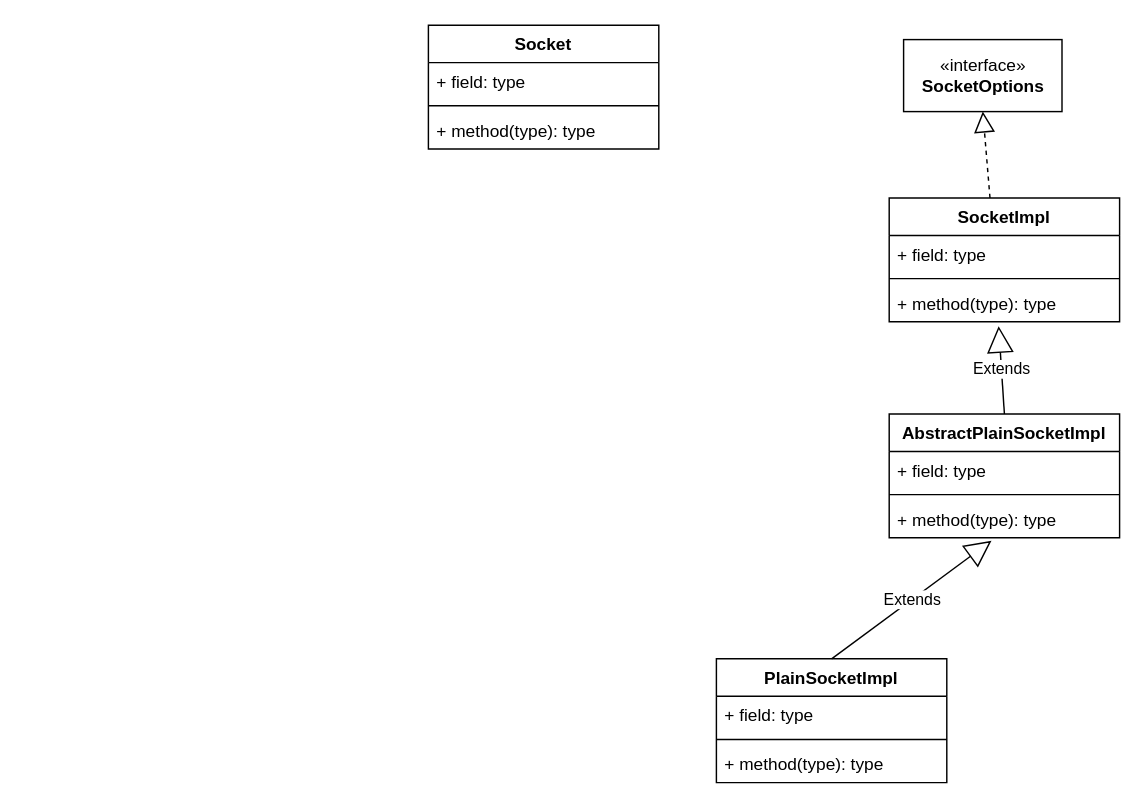
Above: page "网络" (7 of 7) of JDK.drawio in tadsimons/draw (draw.io), before the change. Source tidied: cells renumbered, new cells numbered last; positions are measured from the earlier drawing's top-left corner, leaving out a move shared by most shapes. Both pictures are drawn from the tidied source at 144%, with x=0, y=0 at pixel (428, 24).
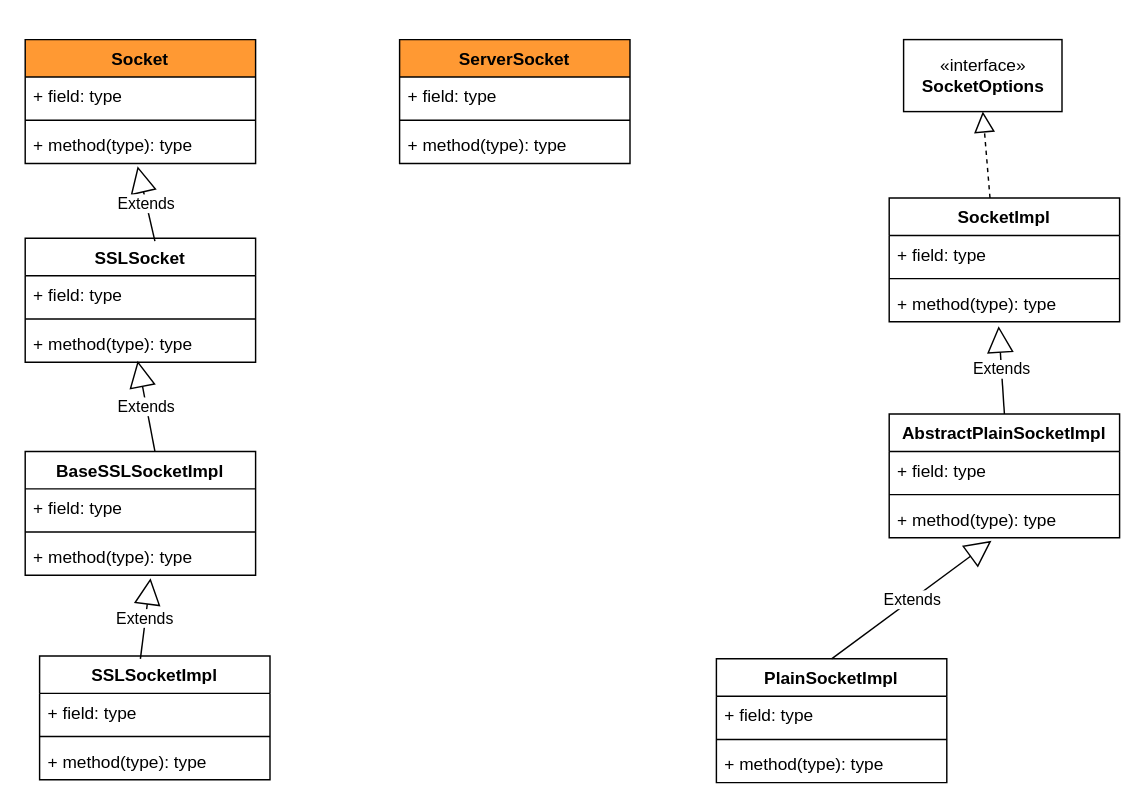
The same diagram, later.

Change to the diagram source:
```diff
@@
-    <mxCell id="2" value="Socket" style="swimlane;fontStyle=1;align=center;verticalAlign=top;horizontal=1;startSize=26;" parent="1" vertex="1">
-      <mxGeometry width="160" height="86" as="geometry" />
-    </mxCell>
-    <mxCell id="3" value="+ field: type" style="text;strokeColor=none;fillColor=none;align=left;verticalAlign=top;spacingLeft=4;spacingRight=4;overflow=hidden;" parent="2" vertex="1">
-      <mxGeometry y="26" width="160" height="26" as="geometry" />
-    </mxCell>
-    <mxCell id="4" style="line;strokeWidth=1;fillColor=none;align=left;verticalAlign=middle;spacingTop=-1;spacingLeft=3;spacingRight=3;labelPosition=right;" parent="2" vertex="1">
-      <mxGeometry y="52" width="160" height="8" as="geometry" />
-    </mxCell>
-    <mxCell id="5" value="+ method(type): type" style="text;strokeColor=none;fillColor=none;align=left;verticalAlign=top;spacingLeft=4;spacingRight=4;overflow=hidden;points=[[0,0.5],[1,0.5]];portConstraint=eastwest;" parent="2" vertex="1">
-      <mxGeometry y="60" width="160" height="26" as="geometry" />
-    </mxCell>
@@
+    <mxCell id="2" value="Socket" style="swimlane;fontStyle=1;align=center;verticalAlign=top;horizontal=1;startSize=26;fillColor=#FF9933;" parent="1" vertex="1">
+      <mxGeometry x="-280" y="10" width="160" height="86" as="geometry" />
+    </mxCell>
+    <mxCell id="3" value="+ field: type" style="text;strokeColor=none;fillColor=none;align=left;verticalAlign=top;spacingLeft=4;spacingRight=4;overflow=hidden;" parent="2" vertex="1">
+      <mxGeometry y="26" width="160" height="26" as="geometry" />
+    </mxCell>
+    <mxCell id="4" style="line;strokeWidth=1;fillColor=none;align=left;verticalAlign=middle;spacingTop=-1;spacingLeft=3;spacingRight=3;labelPosition=right;" parent="2" vertex="1">
+      <mxGeometry y="52" width="160" height="8" as="geometry" />
+    </mxCell>
+    <mxCell id="5" value="+ method(type): type" style="text;strokeColor=none;fillColor=none;align=left;verticalAlign=top;spacingLeft=4;spacingRight=4;overflow=hidden;points=[[0,0.5],[1,0.5]];portConstraint=eastwest;" parent="2" vertex="1">
+      <mxGeometry y="60" width="160" height="26" as="geometry" />
+    </mxCell>
+    <mxCell id="22" value="SSLSocket" style="swimlane;fontStyle=1;align=center;verticalAlign=top;horizontal=1;startSize=26;fillColor=#FFFFFF;" parent="1" vertex="1">
+      <mxGeometry x="-280" y="148" width="160" height="86" as="geometry" />
+    </mxCell>
+    <mxCell id="23" value="+ field: type" style="text;strokeColor=none;fillColor=none;align=left;verticalAlign=top;spacingLeft=4;spacingRight=4;overflow=hidden;" parent="22" vertex="1">
+      <mxGeometry y="26" width="160" height="26" as="geometry" />
+    </mxCell>
+    <mxCell id="24" style="line;strokeWidth=1;fillColor=none;align=left;verticalAlign=middle;spacingTop=-1;spacingLeft=3;spacingRight=3;labelPosition=right;" parent="22" vertex="1">
+      <mxGeometry y="52" width="160" height="8" as="geometry" />
+    </mxCell>
+    <mxCell id="25" value="+ method(type): type" style="text;strokeColor=none;fillColor=none;align=left;verticalAlign=top;spacingLeft=4;spacingRight=4;overflow=hidden;points=[[0,0.5],[1,0.5]];portConstraint=eastwest;" parent="22" vertex="1">
+      <mxGeometry y="60" width="160" height="26" as="geometry" />
+    </mxCell>
+    <mxCell id="26" value="Extends" style="endArrow=block;endSize=16;endFill=0;html=1;entryX=0.488;entryY=1.077;entryDx=0;entryDy=0;entryPerimeter=0;exitX=0.563;exitY=0.023;exitDx=0;exitDy=0;exitPerimeter=0;" parent="1" edge="1" source="22" target="5">
+      <mxGeometry relative="1" as="geometry" />
+    </mxCell>
+    <mxCell id="27" value="BaseSSLSocketImpl" style="swimlane;fontStyle=1;align=center;verticalAlign=top;horizontal=1;startSize=26;fillColor=#FFFFFF;" parent="1" vertex="1">
+      <mxGeometry x="-280" y="296" width="160" height="86" as="geometry" />
+    </mxCell>
+    <mxCell id="28" value="+ field: type" style="text;strokeColor=none;fillColor=none;align=left;verticalAlign=top;spacingLeft=4;spacingRight=4;overflow=hidden;" parent="27" vertex="1">
+      <mxGeometry y="26" width="160" height="26" as="geometry" />
+    </mxCell>
+    <mxCell id="29" style="line;strokeWidth=1;fillColor=none;align=left;verticalAlign=middle;spacingTop=-1;spacingLeft=3;spacingRight=3;labelPosition=right;" parent="27" vertex="1">
+      <mxGeometry y="52" width="160" height="8" as="geometry" />
+    </mxCell>
+    <mxCell id="30" value="+ method(type): type" style="text;strokeColor=none;fillColor=none;align=left;verticalAlign=top;spacingLeft=4;spacingRight=4;overflow=hidden;points=[[0,0.5],[1,0.5]];portConstraint=eastwest;" parent="27" vertex="1">
+      <mxGeometry y="60" width="160" height="26" as="geometry" />
+    </mxCell>
+    <mxCell id="31" value="Extends" style="endArrow=block;endSize=16;endFill=0;html=1;entryX=0.488;entryY=0.962;entryDx=0;entryDy=0;entryPerimeter=0;exitX=0.563;exitY=0;exitDx=0;exitDy=0;exitPerimeter=0;" parent="1" edge="1" source="27" target="25">
+      <mxGeometry relative="1" as="geometry" />
+    </mxCell>
+    <mxCell id="32" value="SSLSocketImpl" style="swimlane;fontStyle=1;align=center;verticalAlign=top;horizontal=1;startSize=26;fillColor=#FFFFFF;" parent="1" vertex="1">
+      <mxGeometry x="-270" y="438" width="160" height="86" as="geometry" />
+    </mxCell>
+    <mxCell id="33" value="Extends" style="endArrow=block;endSize=16;endFill=0;html=1;entryX=0.544;entryY=1.077;entryDx=0;entryDy=0;entryPerimeter=0;" parent="32" edge="1" target="30">
+      <mxGeometry relative="1" as="geometry">
+        <mxPoint x="70" y="2" as="sourcePoint" />
+      </mxGeometry>
+    </mxCell>
+    <mxCell id="34" value="+ field: type" style="text;strokeColor=none;fillColor=none;align=left;verticalAlign=top;spacingLeft=4;spacingRight=4;overflow=hidden;" parent="32" vertex="1">
+      <mxGeometry y="26" width="160" height="26" as="geometry" />
+    </mxCell>
+    <mxCell id="35" style="line;strokeWidth=1;fillColor=none;align=left;verticalAlign=middle;spacingTop=-1;spacingLeft=3;spacingRight=3;labelPosition=right;" parent="32" vertex="1">
+      <mxGeometry y="52" width="160" height="8" as="geometry" />
+    </mxCell>
+    <mxCell id="36" value="+ method(type): type" style="text;strokeColor=none;fillColor=none;align=left;verticalAlign=top;spacingLeft=4;spacingRight=4;overflow=hidden;" parent="32" vertex="1">
+      <mxGeometry y="60" width="160" height="26" as="geometry" />
+    </mxCell>
+    <mxCell id="37" value="ServerSocket" style="swimlane;fontStyle=1;align=center;verticalAlign=top;horizontal=1;startSize=26;fillColor=#FF9933;" parent="1" vertex="1">
+      <mxGeometry x="-20" y="10" width="160" height="86" as="geometry" />
+    </mxCell>
+    <mxCell id="38" value="+ field: type" style="text;strokeColor=none;fillColor=none;align=left;verticalAlign=top;spacingLeft=4;spacingRight=4;overflow=hidden;" parent="37" vertex="1">
+      <mxGeometry y="26" width="160" height="26" as="geometry" />
+    </mxCell>
+    <mxCell id="39" style="line;strokeWidth=1;fillColor=none;align=left;verticalAlign=middle;spacingTop=-1;spacingLeft=3;spacingRight=3;labelPosition=right;" parent="37" vertex="1">
+      <mxGeometry y="52" width="160" height="8" as="geometry" />
+    </mxCell>
+    <mxCell id="40" value="+ method(type): type" style="text;strokeColor=none;fillColor=none;align=left;verticalAlign=top;spacingLeft=4;spacingRight=4;overflow=hidden;" parent="37" vertex="1">
+      <mxGeometry y="60" width="160" height="26" as="geometry" />
+    </mxCell>
```
